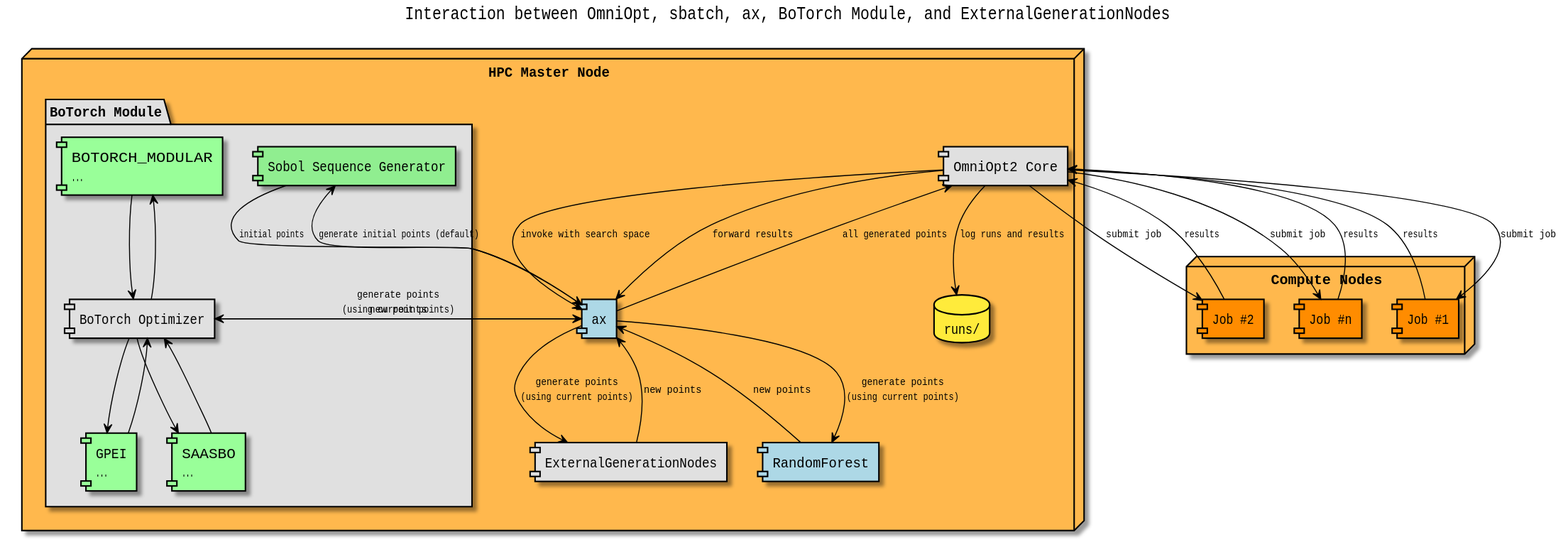
Above: .gui/documentation/output_light_slurm/slurm.svg in NormanTUD/OmniOpt (PlantUML), before the change.
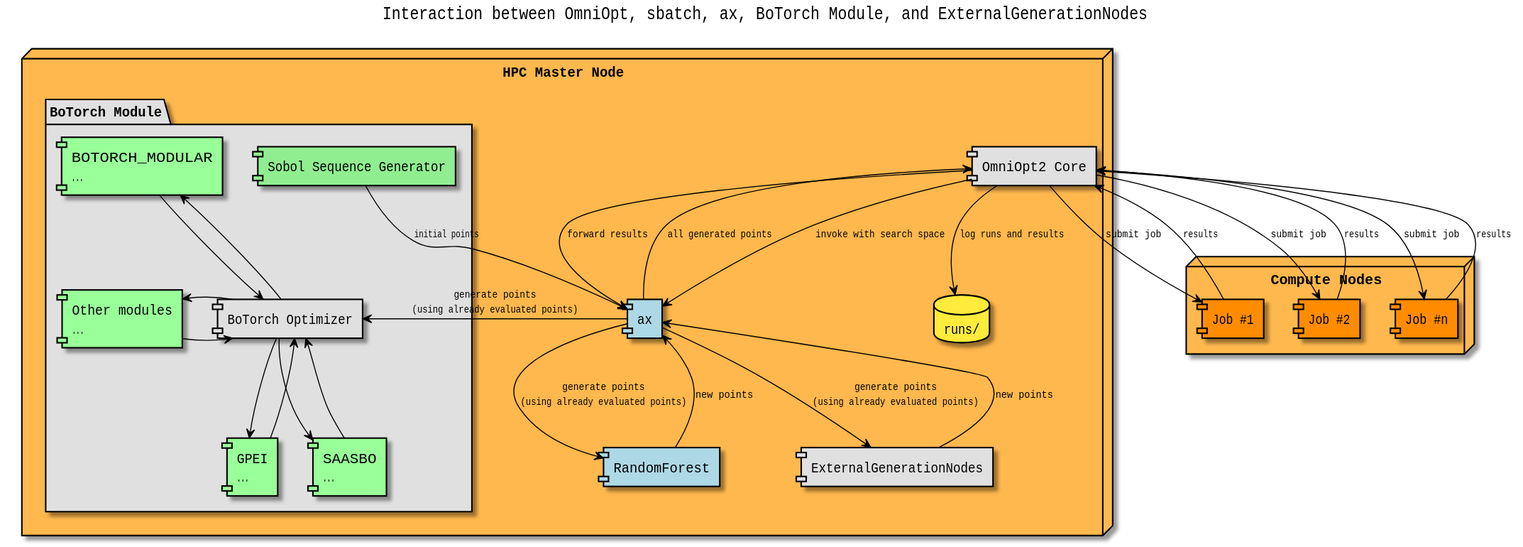
Above is the later version.

Diff of the diagram source:
```diff
@@ -38,6 +38,7 @@
     component "BOTORCH_MODULAR\n..." as modular #99FF99
     component "GPEI\n..." as gpei #99FF99
     component "SAASBO\n..." as saasbo #99FF99
+    component "Other modules\n..." as othermodules #99FF99
 
     botorch -down-> modular
     modular -> botorch
@@ -45,6 +46,8 @@
     gpei -> botorch
     botorch -down-> saasbo
     saasbo -> botorch
+    othermodules -> botorch
+    botorch -> othermodules
   }
 
   component "ExternalGenerationNodes" as external_nodes
@@ -61,14 +64,12 @@
 
 OmniOptCore --> ax_module : invoke with search space
 
-ax_module --> sobol : generate initial points (default)
 sobol --> ax_module : initial points
 
-ax_module --> botorch : generate points\n(using current points)
-ax_module --> external_nodes : generate points\n(using current points)
-ax_module --> rf_nodes : generate points\n(using current points)
+ax_module --> botorch : generate points\n(using already evaluated points)
+ax_module --> external_nodes : generate points\n(using already evaluated points)
+ax_module --> rf_nodes : generate points\n(using already evaluated points)
 
-botorch --> ax_module : new points
 external_nodes --> ax_module : new points
 rf_nodes --> ax_module : new points
 
```
